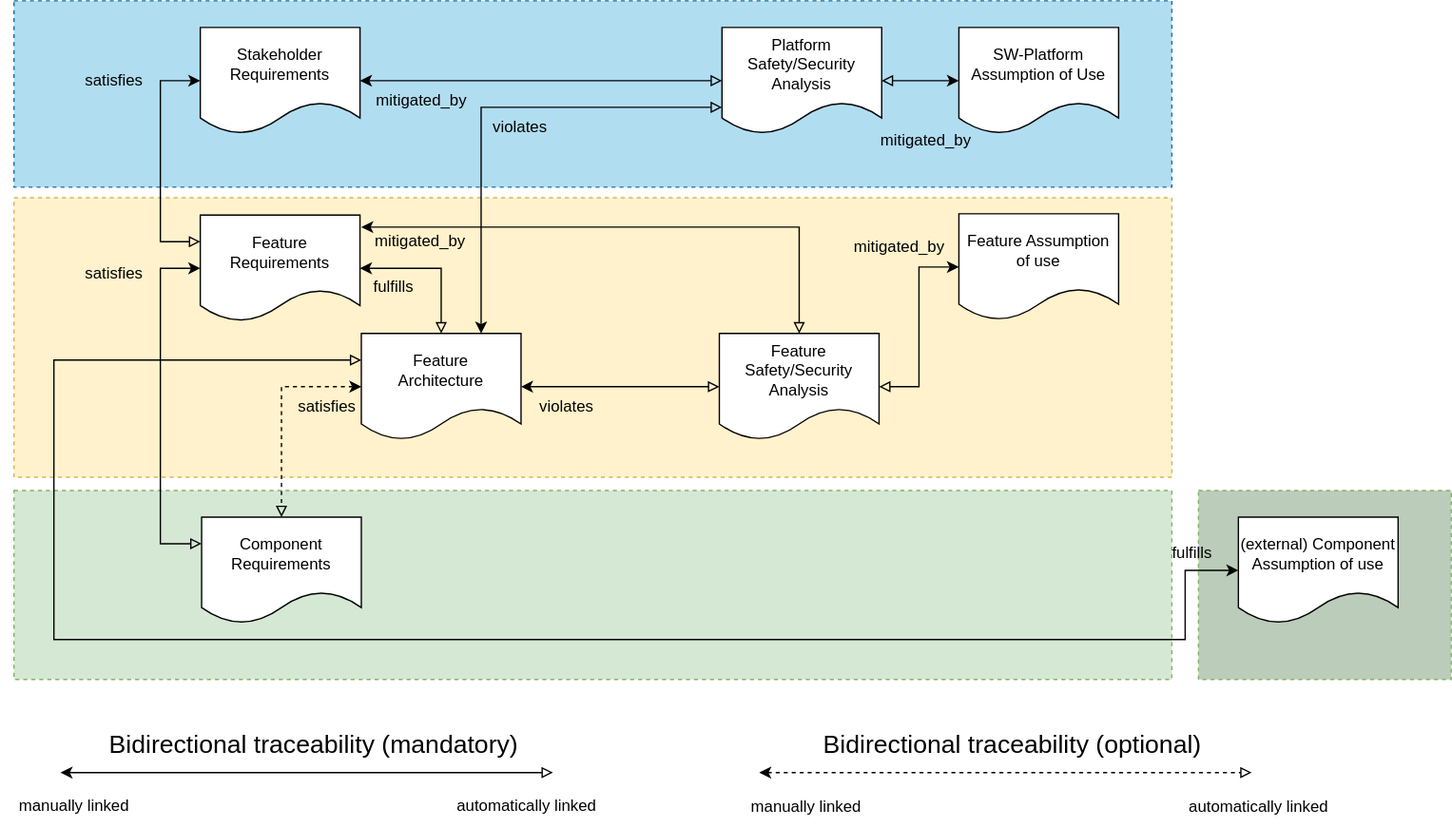
Before: main/_images/score_traceability_model_feat_overview.drawio.svg, a diagram exported from draw.io (PiotrKorkus/reference_integration). Source tidied: cells renumbered, new cells last; positions are measured from the earlier drawing's top-left corner, leaving out a move shared by most shapes.
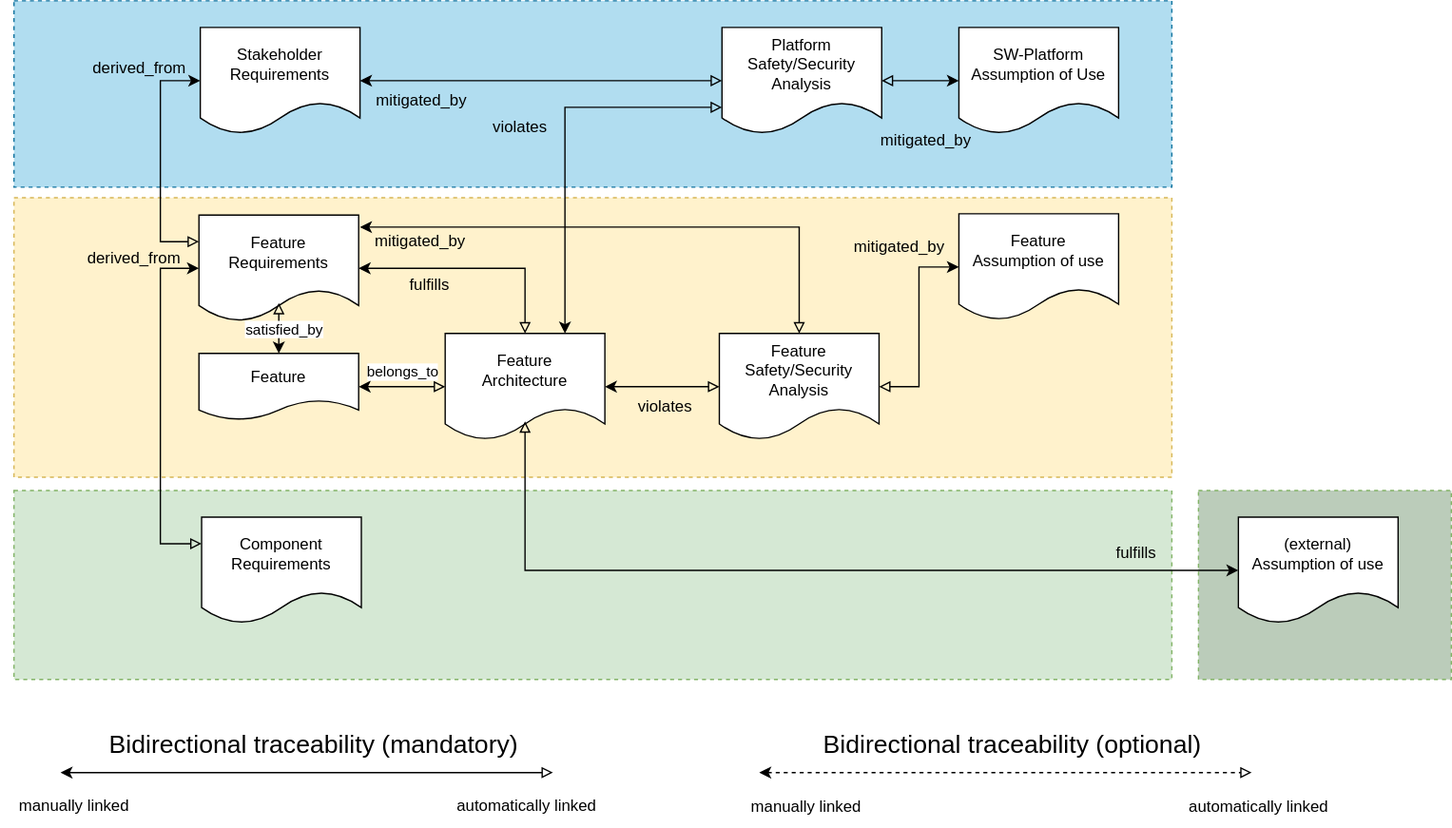
Above is the later version.

Change to the diagram source:
```diff
@@ -9,7 +9,7 @@
       <mxGeometry x="10" y="368" width="870" height="142" as="geometry" />
     </mxCell>
     <mxCell id="4" value="Feature Requirements" style="shape=document;whiteSpace=wrap;html=1;boundedLbl=1;" parent="1" vertex="1">
-      <mxGeometry x="150" y="161" width="120" height="80" as="geometry" />
+      <mxGeometry x="149" y="161" width="120" height="80" as="geometry" />
     </mxCell>
     <mxCell id="5" style="edgeStyle=orthogonalEdgeStyle;rounded=0;jettySize=auto;html=1;entryX=0;entryY=0.5;entryDx=0;entryDy=0;startArrow=block;startFill=0;exitX=0;exitY=0.25;exitDx=0;exitDy=0;endArrow=classic;endFill=1;" parent="1" edge="1" source="6" target="4">
       <mxGeometry relative="1" as="geometry">
@@ -22,35 +22,31 @@
     <mxCell id="6" value="Component Requirements" style="shape=document;whiteSpace=wrap;html=1;boundedLbl=1;" parent="1" vertex="1">
       <mxGeometry x="151" y="388" width="120" height="80" as="geometry" />
     </mxCell>
-    <mxCell id="7" style="edgeStyle=orthogonalEdgeStyle;rounded=0;jettySize=auto;html=1;entryX=1;entryY=0.5;entryDx=0;entryDy=0;exitX=0.5;exitY=0;exitDx=0;exitDy=0;startArrow=block;startFill=0;" parent="1" edge="1" source="10" target="4">
+    <mxCell id="7" style="edgeStyle=orthogonalEdgeStyle;rounded=0;jettySize=auto;html=1;startArrow=block;startFill=0;entryX=0.5;entryY=0;entryDx=0;entryDy=0;exitX=0.5;exitY=0.825;exitDx=0;exitDy=0;exitPerimeter=0;" parent="1" edge="1" source="4" target="47">
       <mxGeometry relative="1" as="geometry" />
     </mxCell>
-    <mxCell id="8" style="edgeStyle=orthogonalEdgeStyle;rounded=0;jettySize=auto;html=1;entryX=0.5;entryY=0;entryDx=0;entryDy=0;startArrow=classic;startFill=1;exitX=0;exitY=0.5;exitDx=0;exitDy=0;dashed=1;endArrow=block;endFill=0;" parent="1" edge="1" source="10" target="6">
-      <mxGeometry relative="1" as="geometry" />
-    </mxCell>
+    <mxCell id="46" value="satisfied_by" style="edgeLabel;html=1;align=center;verticalAlign=middle;" parent="7" vertex="1">
+      <mxGeometry x="-0.41" y="-1" relative="1" as="geometry">
+        <mxPoint x="4" y="8" as="offset" />
+      </mxGeometry>
+    </mxCell>
     <mxCell id="9" style="edgeStyle=orthogonalEdgeStyle;rounded=0;jettySize=auto;html=1;startArrow=classic;startFill=1;endArrow=block;endFill=0;" parent="1" edge="1" source="10" target="21">
       <mxGeometry relative="1" as="geometry" />
     </mxCell>
     <mxCell id="10" value="Feature&lt;br&gt;Architecture" style="shape=document;whiteSpace=wrap;html=1;boundedLbl=1;" parent="1" vertex="1">
-      <mxGeometry x="271" y="250" width="120" height="80" as="geometry" />
+      <mxGeometry x="334" y="250" width="120" height="80" as="geometry" />
     </mxCell>
-    <mxCell id="11" value="&lt;div style=&quot;font-family: Consolas, &amp;quot;Courier New&amp;quot;, monospace; line-height: 19px;&quot;&gt;&lt;br&gt;&lt;/div&gt;" style="text;html=1;align=center;verticalAlign=middle;strokeColor=none;fillColor=none;fontSize=6;fontColor=#000000;" parent="1" vertex="1">
-      <mxGeometry x="195" y="196" width="20" height="30" as="geometry" />
-    </mxCell>
     <mxCell id="12" style="rounded=0;whiteSpace=wrap;html=1;dashed=1;fillColor=#BBCCBA;strokeColor=#82b366;" parent="1" vertex="1">
       <mxGeometry x="900" y="368" width="190" height="142" as="geometry" />
     </mxCell>
-    <mxCell id="13" style="edgeStyle=orthogonalEdgeStyle;rounded=0;jettySize=auto;html=1;entryX=0;entryY=0.25;entryDx=0;entryDy=0;fontSize=19;startArrow=classic;startFill=1;exitX=0;exitY=0.5;exitDx=0;exitDy=0;endArrow=block;endFill=0;" parent="1" edge="1" source="14" target="10">
+    <mxCell id="13" style="edgeStyle=orthogonalEdgeStyle;rounded=0;jettySize=auto;html=1;entryX=0.5;entryY=0.825;entryDx=0;entryDy=0;fontSize=19;startArrow=classic;startFill=1;exitX=0;exitY=0.5;exitDx=0;exitDy=0;endArrow=block;endFill=0;entryPerimeter=0;" parent="1" edge="1" source="14" target="10">
       <mxGeometry relative="1" as="geometry">
         <Array as="points">
-          <mxPoint x="890" y="428" />
-          <mxPoint x="890" y="480" />
-          <mxPoint x="40" y="480" />
-          <mxPoint x="40" y="270" />
+          <mxPoint x="394" y="428" />
         </Array>
       </mxGeometry>
     </mxCell>
-    <mxCell id="14" value="(external) Component Assumption of use" style="shape=document;whiteSpace=wrap;html=1;boundedLbl=1;" parent="1" vertex="1">
+    <mxCell id="14" value="(external)&lt;br&gt;Assumption of use" style="shape=document;whiteSpace=wrap;html=1;boundedLbl=1;" parent="1" vertex="1">
       <mxGeometry x="930" y="388" width="120" height="80" as="geometry" />
     </mxCell>
     <mxCell id="15" style="rounded=0;whiteSpace=wrap;html=1;dashed=1;fillColor=#b1ddf0;strokeColor=#10739e;" parent="1" vertex="1">
@@ -67,7 +63,7 @@
     <mxCell id="17" value="Stakeholder&lt;br&gt;Requirements" style="shape=document;whiteSpace=wrap;html=1;boundedLbl=1;" parent="1" vertex="1">
       <mxGeometry x="150" y="20" width="120" height="80" as="geometry" />
     </mxCell>
-    <mxCell id="18" value="Feature Assumption of use" style="shape=document;whiteSpace=wrap;html=1;boundedLbl=1;" parent="1" vertex="1">
+    <mxCell id="18" value="Feature&lt;br&gt;Assumption of use" style="shape=document;whiteSpace=wrap;html=1;boundedLbl=1;" parent="1" vertex="1">
       <mxGeometry x="720" y="160" width="120" height="80" as="geometry" />
     </mxCell>
     <mxCell id="19" style="edgeStyle=orthogonalEdgeStyle;rounded=0;jettySize=auto;html=1;entryX=0;entryY=0.5;entryDx=0;entryDy=0;startArrow=block;startFill=0;endArrow=classic;endFill=1;" parent="1" edge="1" source="21" target="18">
@@ -119,21 +115,15 @@
     <mxCell id="29" value="automatically linked" style="text;html=1;align=center;verticalAlign=middle;strokeColor=none;fillColor=none;" parent="1" vertex="1">
       <mxGeometry x="880" y="591" width="130" height="30" as="geometry" />
     </mxCell>
-    <mxCell id="30" value="satisfies" style="text;html=1;align=center;verticalAlign=middle;strokeColor=none;fillColor=none;" parent="1" vertex="1">
-      <mxGeometry x="50" y="45" width="70" height="30" as="geometry" />
+    <mxCell id="30" value="derived_from" style="text;html=1;align=center;verticalAlign=middle;strokeColor=none;fillColor=none;" parent="1" vertex="1">
+      <mxGeometry x="59" y="36" width="90" height="30" as="geometry" />
     </mxCell>
-    <mxCell id="31" value="satisfies" style="text;html=1;align=center;verticalAlign=middle;strokeColor=none;fillColor=none;" parent="1" vertex="1">
-      <mxGeometry x="50" y="190" width="70" height="30" as="geometry" />
+    <mxCell id="31" value="derived_from" style="text;html=1;align=center;verticalAlign=middle;strokeColor=none;fillColor=none;" parent="1" vertex="1">
+      <mxGeometry x="55" y="179" width="90" height="30" as="geometry" />
     </mxCell>
     <mxCell id="32" value="fulfills" style="text;html=1;align=center;verticalAlign=middle;strokeColor=none;fillColor=none;" parent="1" vertex="1">
-      <mxGeometry x="870" y="400" width="50" height="30" as="geometry" />
+      <mxGeometry x="828" y="400" width="50" height="30" as="geometry" />
     </mxCell>
-    <mxCell id="33" value="satisfies" style="text;html=1;align=center;verticalAlign=middle;strokeColor=none;fillColor=none;" parent="1" vertex="1">
-      <mxGeometry x="210" y="290" width="70" height="30" as="geometry" />
-    </mxCell>
-    <mxCell id="34" value="fulfills" style="text;html=1;align=center;verticalAlign=middle;strokeColor=none;fillColor=none;" parent="1" vertex="1">
-      <mxGeometry x="270" y="200" width="50" height="30" as="geometry" />
-    </mxCell>
     <mxCell id="35" value="mitigated_by" style="text;html=1;align=center;verticalAlign=middle;strokeColor=none;fillColor=none;" parent="1" vertex="1">
       <mxGeometry x="630" y="170" width="90" height="30" as="geometry" />
     </mxCell>
@@ -141,7 +131,7 @@
       <mxGeometry x="270" y="166" width="90" height="30" as="geometry" />
     </mxCell>
     <mxCell id="37" value="violates" style="text;html=1;align=center;verticalAlign=middle;strokeColor=none;fillColor=none;" parent="1" vertex="1">
-      <mxGeometry x="395" y="290" width="60" height="30" as="geometry" />
+      <mxGeometry x="469" y="290" width="60" height="30" as="geometry" />
     </mxCell>
     <mxCell id="38" value="SW-Platform&lt;br&gt;Assumption of Use" style="shape=document;whiteSpace=wrap;html=1;boundedLbl=1;" parent="1" vertex="1">
       <mxGeometry x="720" y="20" width="120" height="80" as="geometry" />
@@ -172,5 +162,26 @@
     <mxCell id="45" value="violates" style="text;html=1;align=center;verticalAlign=middle;strokeColor=none;fillColor=none;" parent="1" vertex="1">
       <mxGeometry x="360" y="80" width="60" height="30" as="geometry" />
     </mxCell>
+    <mxCell id="47" value="Feature" style="shape=document;whiteSpace=wrap;html=1;boundedLbl=1;" parent="1" vertex="1">
+      <mxGeometry x="149" y="265" width="120" height="50" as="geometry" />
+    </mxCell>
+    <mxCell id="48" style="edgeStyle=orthogonalEdgeStyle;rounded=0;jettySize=auto;html=1;exitX=0;exitY=0.5;exitDx=0;exitDy=0;startArrow=block;startFill=0;entryX=1;entryY=0.5;entryDx=0;entryDy=0;" parent="1" edge="1" source="10" target="47">
+      <mxGeometry relative="1" as="geometry" />
+    </mxCell>
+    <mxCell id="49" value="belongs_to" style="edgeLabel;html=1;align=center;verticalAlign=middle;" parent="48" vertex="1">
+      <mxGeometry x="-0.41" y="-1" relative="1" as="geometry">
+        <mxPoint x="-14" y="-11" as="offset" />
+      </mxGeometry>
+    </mxCell>
+    <mxCell id="50" style="edgeStyle=orthogonalEdgeStyle;rounded=0;jettySize=auto;html=1;entryX=0.5;entryY=0;entryDx=0;entryDy=0;fontSize=19;startArrow=classic;startFill=1;exitX=1;exitY=0.5;exitDx=0;exitDy=0;endArrow=block;endFill=0;" parent="1" edge="1" source="4" target="10">
+      <mxGeometry relative="1" as="geometry">
+        <Array as="points">
+          <mxPoint x="394" y="201" />
+        </Array>
+      </mxGeometry>
+    </mxCell>
+    <mxCell id="34" value="fulfills" style="text;html=1;align=center;verticalAlign=middle;strokeColor=none;fillColor=none;" parent="1" vertex="1">
+      <mxGeometry x="297" y="199" width="50" height="30" as="geometry" />
+    </mxCell>
   </root>
 </mxGraphModel>
```
